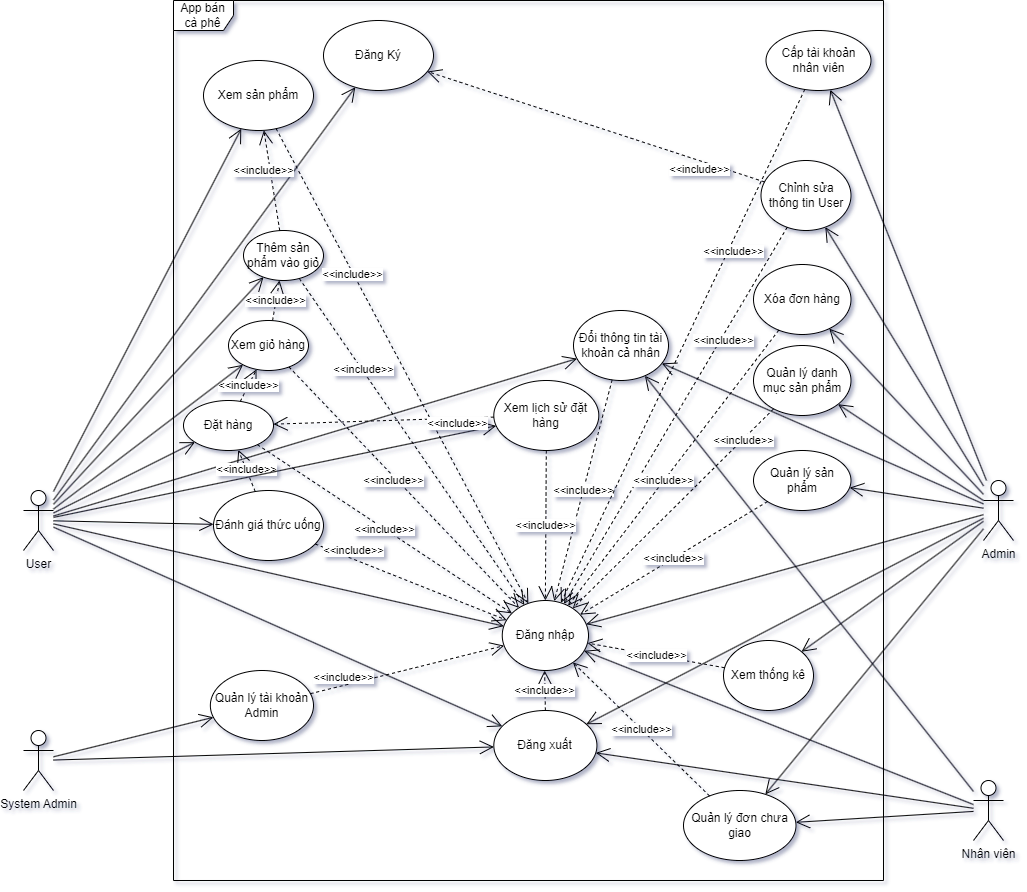
The draw.io diagram usecase.png in SilencedFrost/CoffeeShop, before a commit. Source tidied: cells renumbered, new cells last; positions are measured from the earlier drawing's top-left corner, leaving out a move shared by most shapes.
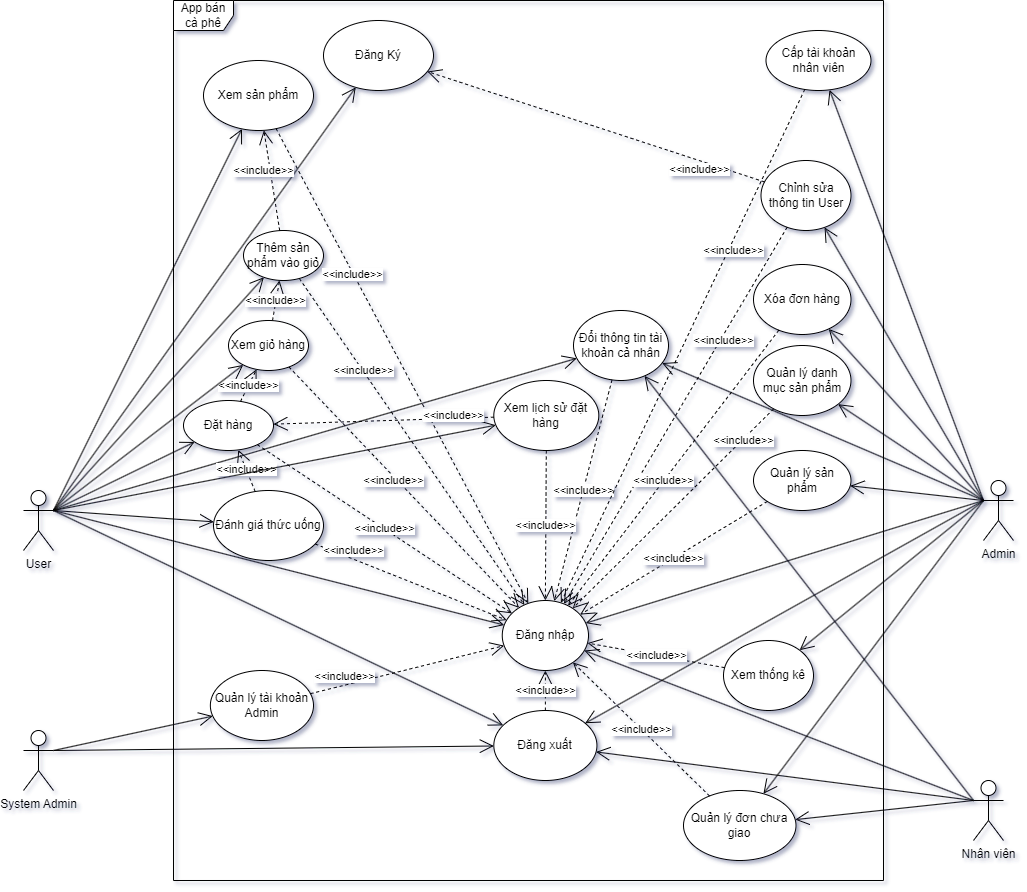
After the change.

The edit, as a diff of the source:
```diff
@@ -20,28 +20,30 @@
     <mxCell id="7" value="Nhân viên" style="shape=umlActor;verticalLabelPosition=bottom;verticalAlign=top;html=1;" parent="1" vertex="1">
       <mxGeometry x="950" y="780" width="30" height="60" as="geometry" />
     </mxCell>
-    <mxCell id="8" style="endArrow=open;endFill=1;endSize=12;html=1;rounded=0;" parent="1" edge="1" source="6" target="4">
+    <mxCell id="8" style="endArrow=open;endFill=1;endSize=12;html=1;rounded=0;exitX=1;exitY=0.3333333333333333;exitDx=0;exitDy=0;exitPerimeter=0;" parent="1" edge="1" source="6" target="4">
       <mxGeometry relative="1" as="geometry" />
     </mxCell>
-    <mxCell id="9" style="endArrow=open;endFill=1;endSize=12;html=1;rounded=0;" parent="1" edge="1" source="6" target="5">
+    <mxCell id="9" style="endArrow=open;endFill=1;endSize=12;html=1;rounded=0;exitX=1;exitY=0.3333333333333333;exitDx=0;exitDy=0;exitPerimeter=0;" parent="1" edge="1" source="6" target="5">
       <mxGeometry relative="1" as="geometry" />
     </mxCell>
-    <mxCell id="10" style="endArrow=open;endFill=1;endSize=12;html=1;rounded=0;" parent="1" edge="1" source="7" target="5">
-      <mxGeometry relative="1" as="geometry" />
+    <mxCell id="10" style="endArrow=open;endFill=1;endSize=12;html=1;rounded=0;" parent="1" edge="1" target="5">
+      <mxGeometry relative="1" as="geometry">
+        <mxPoint x="950" y="800" as="sourcePoint" />
+      </mxGeometry>
     </mxCell>
-    <mxCell id="11" style="endArrow=open;endFill=1;endSize=12;html=1;rounded=0;" parent="1" edge="1" source="3" target="5">
+    <mxCell id="11" style="endArrow=open;endFill=1;endSize=12;html=1;rounded=0;exitX=0;exitY=0.3333333333333333;exitDx=0;exitDy=0;exitPerimeter=0;" parent="1" edge="1" source="3" target="5">
       <mxGeometry relative="1" as="geometry" />
     </mxCell>
     <mxCell id="12" value="Đổi thông tin tài khoản cả nhân" style="ellipse;whiteSpace=wrap;html=1;" parent="1" vertex="1">
       <mxGeometry x="550" y="310" width="95" height="70" as="geometry" />
     </mxCell>
-    <mxCell id="13" style="endArrow=open;endFill=1;endSize=12;html=1;rounded=0;" parent="1" edge="1" source="6" target="12">
+    <mxCell id="13" style="endArrow=open;endFill=1;endSize=12;html=1;rounded=0;exitX=1;exitY=0.3333333333333333;exitDx=0;exitDy=0;exitPerimeter=0;" parent="1" edge="1" source="6" target="12">
       <mxGeometry relative="1" as="geometry" />
     </mxCell>
-    <mxCell id="14" style="endArrow=open;endFill=1;endSize=12;html=1;rounded=0;" parent="1" edge="1" source="3" target="12">
+    <mxCell id="14" style="endArrow=open;endFill=1;endSize=12;html=1;rounded=0;exitX=0;exitY=0.3333333333333333;exitDx=0;exitDy=0;exitPerimeter=0;" parent="1" edge="1" source="3" target="12">
       <mxGeometry relative="1" as="geometry" />
     </mxCell>
-    <mxCell id="15" style="endArrow=open;endFill=1;endSize=12;html=1;rounded=0;" parent="1" edge="1" source="7" target="12">
+    <mxCell id="15" style="endArrow=open;endFill=1;endSize=12;html=1;rounded=0;exitX=0;exitY=0.3333333333333333;exitDx=0;exitDy=0;exitPerimeter=0;" parent="1" edge="1" source="7" target="12">
       <mxGeometry relative="1" as="geometry" />
     </mxCell>
     <mxCell id="16" value="Đăng xuất" style="ellipse;whiteSpace=wrap;html=1;" parent="1" vertex="1">
@@ -50,13 +52,15 @@
     <mxCell id="17" value="&amp;lt;&amp;lt;include&amp;gt;&amp;gt;" style="endArrow=open;endSize=12;dashed=1;html=1;rounded=0;" parent="1" edge="1" source="16" target="5">
       <mxGeometry relative="1" as="geometry" />
     </mxCell>
-    <mxCell id="18" style="endArrow=open;endFill=1;endSize=12;html=1;rounded=0;" parent="1" edge="1" source="7" target="16">
-      <mxGeometry relative="1" as="geometry" />
+    <mxCell id="18" style="endArrow=open;endFill=1;endSize=12;html=1;rounded=0;" parent="1" edge="1" target="16">
+      <mxGeometry relative="1" as="geometry">
+        <mxPoint x="950" y="800" as="sourcePoint" />
+      </mxGeometry>
     </mxCell>
-    <mxCell id="19" style="endArrow=open;endFill=1;endSize=12;html=1;rounded=0;" parent="1" edge="1" source="3" target="16">
+    <mxCell id="19" style="endArrow=open;endFill=1;endSize=12;html=1;rounded=0;exitX=0;exitY=0.3333333333333333;exitDx=0;exitDy=0;exitPerimeter=0;" parent="1" edge="1" source="3" target="16">
       <mxGeometry relative="1" as="geometry" />
     </mxCell>
-    <mxCell id="20" style="endArrow=open;endFill=1;endSize=12;html=1;rounded=0;" parent="1" edge="1" source="6" target="16">
+    <mxCell id="20" style="endArrow=open;endFill=1;endSize=12;html=1;rounded=0;exitX=1;exitY=0.3333333333333333;exitDx=0;exitDy=0;exitPerimeter=0;" parent="1" edge="1" source="6" target="16">
       <mxGeometry relative="1" as="geometry" />
     </mxCell>
     <mxCell id="21" value="&amp;lt;&amp;lt;include&amp;gt;&amp;gt;" style="endArrow=open;endSize=12;dashed=1;html=1;rounded=0;" parent="1" edge="1" source="12" target="5">
@@ -71,13 +75,15 @@
     <mxCell id="24" value="&amp;lt;&amp;lt;include&amp;gt;&amp;gt;" style="endArrow=open;endSize=12;dashed=1;html=1;rounded=0;" parent="1" edge="1" source="22" target="4">
       <mxGeometry x="-0.63" y="8" relative="1" as="geometry" />
     </mxCell>
-    <mxCell id="25" style="endArrow=open;endFill=1;endSize=12;html=1;rounded=0;" parent="1" edge="1" source="3" target="22">
-      <mxGeometry relative="1" as="geometry" />
+    <mxCell id="25" style="endArrow=open;endFill=1;endSize=12;html=1;rounded=0;" parent="1" edge="1" target="22">
+      <mxGeometry relative="1" as="geometry">
+        <mxPoint x="960" y="500" as="sourcePoint" />
+      </mxGeometry>
     </mxCell>
     <mxCell id="26" value="Quản lý sản phẩm" style="ellipse;whiteSpace=wrap;html=1;" parent="1" vertex="1">
       <mxGeometry x="730" y="450" width="97.5" height="60" as="geometry" />
     </mxCell>
-    <mxCell id="27" style="endArrow=open;endFill=1;endSize=12;html=1;rounded=0;" parent="1" edge="1" source="3" target="26">
+    <mxCell id="27" style="endArrow=open;endFill=1;endSize=12;html=1;rounded=0;exitX=0;exitY=0.3333333333333333;exitDx=0;exitDy=0;exitPerimeter=0;" parent="1" edge="1" source="3" target="26">
       <mxGeometry relative="1" as="geometry" />
     </mxCell>
     <mxCell id="28" value="&amp;lt;&amp;lt;include&amp;gt;&amp;gt;" style="endArrow=open;endSize=12;dashed=1;html=1;rounded=0;" parent="1" edge="1" source="26" target="5">
@@ -95,8 +101,10 @@
     <mxCell id="32" value="Xem thống kê" style="ellipse;whiteSpace=wrap;html=1;" parent="1" vertex="1">
       <mxGeometry x="700" y="640" width="90" height="70" as="geometry" />
     </mxCell>
-    <mxCell id="33" style="endArrow=open;endFill=1;endSize=12;html=1;rounded=0;" parent="1" edge="1" source="3" target="32">
-      <mxGeometry relative="1" as="geometry" />
+    <mxCell id="33" style="endArrow=open;endFill=1;endSize=12;html=1;rounded=0;" parent="1" edge="1" target="32">
+      <mxGeometry relative="1" as="geometry">
+        <mxPoint x="960" y="500" as="sourcePoint" />
+      </mxGeometry>
     </mxCell>
     <mxCell id="34" value="&amp;lt;&amp;lt;include&amp;gt;&amp;gt;" style="endArrow=open;endSize=12;dashed=1;html=1;rounded=0;" parent="1" edge="1" source="32" target="5">
       <mxGeometry relative="1" as="geometry" />
@@ -104,25 +112,31 @@
     <mxCell id="35" value="Quản lý đơn chưa giao" style="ellipse;whiteSpace=wrap;html=1;" parent="1" vertex="1">
       <mxGeometry x="660" y="790" width="112.5" height="70" as="geometry" />
     </mxCell>
-    <mxCell id="36" style="endArrow=open;endFill=1;endSize=12;html=1;rounded=0;" parent="1" edge="1" source="3" target="35">
-      <mxGeometry relative="1" as="geometry" />
+    <mxCell id="36" style="endArrow=open;endFill=1;endSize=12;html=1;rounded=0;" parent="1" edge="1" target="35">
+      <mxGeometry relative="1" as="geometry">
+        <mxPoint x="960" y="500" as="sourcePoint" />
+      </mxGeometry>
     </mxCell>
     <mxCell id="37" value="&amp;lt;&amp;lt;include&amp;gt;&amp;gt;" style="endArrow=open;endSize=12;dashed=1;html=1;rounded=0;" parent="1" edge="1" source="35" target="5">
       <mxGeometry relative="1" as="geometry" />
     </mxCell>
-    <mxCell id="38" style="endArrow=open;endFill=1;endSize=12;html=1;rounded=0;" parent="1" edge="1" source="7" target="35">
-      <mxGeometry relative="1" as="geometry" />
+    <mxCell id="38" style="endArrow=open;endFill=1;endSize=12;html=1;rounded=0;" parent="1" edge="1" target="35">
+      <mxGeometry relative="1" as="geometry">
+        <mxPoint x="950" y="800" as="sourcePoint" />
+      </mxGeometry>
     </mxCell>
     <mxCell id="39" value="Xóa đơn hàng" style="ellipse;whiteSpace=wrap;html=1;" parent="1" vertex="1">
       <mxGeometry x="730" y="264" width="97.5" height="70" as="geometry" />
     </mxCell>
-    <mxCell id="40" style="endArrow=open;endFill=1;endSize=12;html=1;rounded=0;" parent="1" edge="1" source="3" target="39">
-      <mxGeometry relative="1" as="geometry" />
+    <mxCell id="40" style="endArrow=open;endFill=1;endSize=12;html=1;rounded=0;" parent="1" edge="1" target="39">
+      <mxGeometry relative="1" as="geometry">
+        <mxPoint x="960" y="500" as="sourcePoint" />
+      </mxGeometry>
     </mxCell>
     <mxCell id="41" value="&amp;lt;&amp;lt;include&amp;gt;&amp;gt;" style="endArrow=open;endSize=12;dashed=1;html=1;rounded=0;" parent="1" edge="1" source="39" target="5">
       <mxGeometry x="0.09" relative="1" as="geometry" />
     </mxCell>
-    <mxCell id="42" style="endArrow=open;endFill=1;endSize=12;html=1;rounded=0;" parent="1" edge="1" source="3" target="43">
+    <mxCell id="42" style="endArrow=open;endFill=1;endSize=12;html=1;rounded=0;exitX=0;exitY=0.3333333333333333;exitDx=0;exitDy=0;exitPerimeter=0;" parent="1" edge="1" source="3" target="43">
       <mxGeometry relative="1" as="geometry" />
     </mxCell>
     <mxCell id="43" value="Cấp tài khoản nhân viên" style="ellipse;whiteSpace=wrap;html=1;" parent="1" vertex="1">
@@ -134,7 +148,7 @@
     <mxCell id="45" value="Đặt hàng" style="ellipse;whiteSpace=wrap;html=1;" parent="1" vertex="1">
       <mxGeometry x="160" y="400" width="90" height="50" as="geometry" />
     </mxCell>
-    <mxCell id="46" style="endArrow=open;endFill=1;endSize=12;html=1;rounded=0;" parent="1" edge="1" source="6" target="45">
+    <mxCell id="46" style="endArrow=open;endFill=1;endSize=12;html=1;rounded=0;exitX=1;exitY=0.3333333333333333;exitDx=0;exitDy=0;exitPerimeter=0;" parent="1" edge="1" source="6" target="45">
       <mxGeometry relative="1" as="geometry" />
     </mxCell>
     <mxCell id="47" value="&amp;lt;&amp;lt;include&amp;gt;&amp;gt;" style="endArrow=open;endSize=12;dashed=1;html=1;rounded=0;" parent="1" edge="1" source="45" target="5">
@@ -146,7 +160,7 @@
     <mxCell id="49" value="&amp;lt;&amp;lt;include&amp;gt;&amp;gt;" style="endArrow=open;endSize=12;dashed=1;html=1;rounded=0;" parent="1" edge="1" source="64" target="48">
       <mxGeometry relative="1" as="geometry" />
     </mxCell>
-    <mxCell id="50" style="endArrow=open;endFill=1;endSize=12;html=1;rounded=0;" parent="1" edge="1" source="6" target="48">
+    <mxCell id="50" style="endArrow=open;endFill=1;endSize=12;html=1;rounded=0;exitX=1;exitY=0.3333333333333333;exitDx=0;exitDy=0;exitPerimeter=0;" parent="1" edge="1" source="6" target="48">
       <mxGeometry relative="1" as="geometry" />
     </mxCell>
     <mxCell id="51" value="&amp;lt;&amp;lt;include&amp;gt;&amp;gt;" style="endArrow=open;endSize=12;dashed=1;html=1;rounded=0;" parent="1" edge="1" source="48" target="5">
@@ -158,7 +172,7 @@
     <mxCell id="53" value="&amp;lt;&amp;lt;include&amp;gt;&amp;gt;" style="endArrow=open;endSize=12;dashed=1;html=1;rounded=0;" parent="1" edge="1" source="52" target="5">
       <mxGeometry x="-0.39" y="-1" relative="1" as="geometry" />
     </mxCell>
-    <mxCell id="54" style="endArrow=open;endFill=1;endSize=12;html=1;rounded=0;" parent="1" edge="1" source="6" target="52">
+    <mxCell id="54" style="endArrow=open;endFill=1;endSize=12;html=1;rounded=0;exitX=1;exitY=0.3333333333333333;exitDx=0;exitDy=0;exitPerimeter=0;" parent="1" edge="1" source="6" target="52">
       <mxGeometry relative="1" as="geometry" />
     </mxCell>
     <mxCell id="55" value="&amp;lt;&amp;lt;include&amp;gt;&amp;gt;" style="endArrow=open;endSize=12;dashed=1;html=1;rounded=0;" parent="1" edge="1" source="48" target="52">
@@ -173,17 +187,17 @@
     <mxCell id="58" value="&amp;lt;&amp;lt;include&amp;gt;&amp;gt;" style="endArrow=open;endSize=12;dashed=1;html=1;rounded=0;" parent="1" edge="1" source="56" target="5">
       <mxGeometry x="-0.63" y="8" relative="1" as="geometry" />
     </mxCell>
-    <mxCell id="59" style="endArrow=open;endFill=1;endSize=12;html=1;rounded=0;" parent="1" edge="1" source="6" target="56">
+    <mxCell id="59" style="endArrow=open;endFill=1;endSize=12;html=1;rounded=0;exitX=1;exitY=0.3333333333333333;exitDx=0;exitDy=0;exitPerimeter=0;" parent="1" edge="1" source="6" target="56">
       <mxGeometry relative="1" as="geometry" />
     </mxCell>
     <mxCell id="60" value="Xem lịch sử đặt hàng" style="ellipse;whiteSpace=wrap;html=1;" parent="1" vertex="1">
       <mxGeometry x="470.3" y="380" width="105" height="70" as="geometry" />
     </mxCell>
-    <mxCell id="61" style="endArrow=open;endFill=1;endSize=12;html=1;rounded=0;" parent="1" edge="1" source="6" target="60">
+    <mxCell id="61" style="endArrow=open;endFill=1;endSize=12;html=1;rounded=0;exitX=1;exitY=0.3333333333333333;exitDx=0;exitDy=0;exitPerimeter=0;" parent="1" edge="1" source="6" target="60">
       <mxGeometry relative="1" as="geometry" />
     </mxCell>
     <mxCell id="62" value="&amp;lt;&amp;lt;include&amp;gt;&amp;gt;" style="endArrow=open;endSize=12;dashed=1;html=1;rounded=0;" parent="1" edge="1" source="60" target="45">
-      <mxGeometry x="-0.66" y="5" relative="1" as="geometry" />
+      <mxGeometry x="-0.63" y="-3" relative="1" as="geometry" />
     </mxCell>
     <mxCell id="63" value="&amp;lt;&amp;lt;include&amp;gt;&amp;gt;" style="endArrow=open;endSize=12;dashed=1;html=1;rounded=0;" parent="1" edge="1" source="60" target="5">
       <mxGeometry relative="1" as="geometry" />
@@ -194,7 +208,7 @@
     <mxCell id="65" value="&amp;lt;&amp;lt;include&amp;gt;&amp;gt;" style="endArrow=open;endSize=12;dashed=1;html=1;rounded=0;" parent="1" edge="1" source="45" target="64">
       <mxGeometry relative="1" as="geometry" />
     </mxCell>
-    <mxCell id="66" style="endArrow=open;endFill=1;endSize=12;html=1;rounded=0;" parent="1" edge="1" source="6" target="64">
+    <mxCell id="66" style="endArrow=open;endFill=1;endSize=12;html=1;rounded=0;exitX=1;exitY=0.3333333333333333;exitDx=0;exitDy=0;exitPerimeter=0;" parent="1" edge="1" source="6" target="64">
       <mxGeometry relative="1" as="geometry" />
     </mxCell>
     <mxCell id="67" value="&amp;lt;&amp;lt;include&amp;gt;&amp;gt;" style="endArrow=open;endSize=12;dashed=1;html=1;rounded=0;" parent="1" edge="1" source="64" target="5">
@@ -206,10 +220,10 @@
     <mxCell id="69" value="Quản lý tài khoản Admin" style="ellipse;whiteSpace=wrap;html=1;" parent="1" vertex="1">
       <mxGeometry x="186.9" y="670" width="103.1" height="70" as="geometry" />
     </mxCell>
-    <mxCell id="70" style="endArrow=open;endFill=1;endSize=12;html=1;rounded=0;" parent="1" edge="1" source="68" target="69">
+    <mxCell id="70" style="endArrow=open;endFill=1;endSize=12;html=1;rounded=0;exitX=1;exitY=0.3333333333333333;exitDx=0;exitDy=0;exitPerimeter=0;" parent="1" edge="1" source="68" target="69">
       <mxGeometry relative="1" as="geometry" />
     </mxCell>
-    <mxCell id="71" style="endArrow=open;endFill=1;endSize=12;html=1;rounded=0;" parent="1" edge="1" source="68" target="16">
+    <mxCell id="71" style="endArrow=open;endFill=1;endSize=12;html=1;rounded=0;exitX=1;exitY=0.3333333333333333;exitDx=0;exitDy=0;exitPerimeter=0;" parent="1" edge="1" source="68" target="16">
       <mxGeometry relative="1" as="geometry" />
     </mxCell>
     <mxCell id="72" value="&amp;lt;&amp;lt;include&amp;gt;&amp;gt;" style="endArrow=open;endSize=12;dashed=1;html=1;rounded=0;" parent="1" edge="1" source="69" target="5">
```
